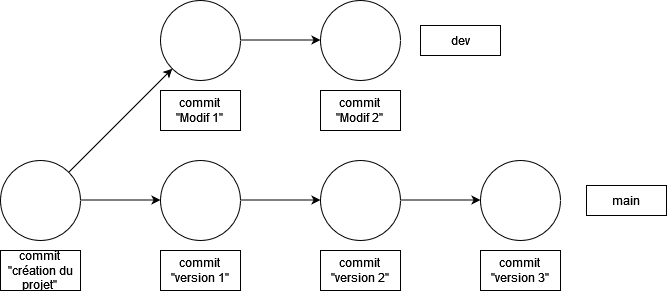
julienchamelot/MonPremierProjet keeps this draw.io diagram as images/git-branch.png. Above is the earlier version. Source tidied: cells renumbered, new cells last; positions are measured from the earlier drawing's top-left corner, leaving out a move shared by most shapes. Its diagram source:
```xml
<mxGraphModel>
  <root>
    <mxCell id="0" />
    <mxCell id="1" parent="0" />
    <mxCell id="2" style="ellipse;whiteSpace=wrap;html=1;" parent="1" vertex="1">
      <mxGeometry y="160" width="80" height="80" as="geometry" />
    </mxCell>
    <mxCell id="3" style="endArrow=classic;html=1;rounded=0;" parent="1" edge="1">
      <mxGeometry relative="1" as="geometry">
        <mxPoint x="80" y="199.5" as="sourcePoint" />
        <mxPoint x="160" y="199.5" as="targetPoint" />
      </mxGeometry>
    </mxCell>
    <mxCell id="4" value="&lt;div&gt;commit &lt;br&gt;&lt;/div&gt;&lt;div&gt;&quot;création du projet&quot;&lt;br&gt;&lt;/div&gt;" style="rounded=0;whiteSpace=wrap;html=1;" parent="1" vertex="1">
      <mxGeometry y="250" width="80" height="40" as="geometry" />
    </mxCell>
    <mxCell id="5" style="ellipse;whiteSpace=wrap;html=1;" parent="1" vertex="1">
      <mxGeometry x="160" y="160" width="80" height="80" as="geometry" />
    </mxCell>
    <mxCell id="6" value="&lt;div&gt;commit &lt;br&gt;&lt;/div&gt;&lt;div&gt;&quot;version 1&quot;&lt;br&gt;&lt;/div&gt;" style="rounded=0;whiteSpace=wrap;html=1;" parent="1" vertex="1">
      <mxGeometry x="160" y="250" width="80" height="40" as="geometry" />
    </mxCell>
    <mxCell id="7" style="endArrow=classic;html=1;rounded=0;" parent="1" edge="1">
      <mxGeometry relative="1" as="geometry">
        <mxPoint x="240" y="199.5" as="sourcePoint" />
        <mxPoint x="320" y="199.5" as="targetPoint" />
      </mxGeometry>
    </mxCell>
    <mxCell id="8" style="ellipse;whiteSpace=wrap;html=1;" parent="1" vertex="1">
      <mxGeometry x="320" y="160" width="80" height="80" as="geometry" />
    </mxCell>
    <mxCell id="9" value="&lt;div&gt;commit &lt;br&gt;&lt;/div&gt;&lt;div&gt;&quot;version 2&quot;&lt;br&gt;&lt;/div&gt;" style="rounded=0;whiteSpace=wrap;html=1;" parent="1" vertex="1">
      <mxGeometry x="320" y="250" width="80" height="40" as="geometry" />
    </mxCell>
    <mxCell id="10" style="endArrow=classic;html=1;rounded=0;" parent="1" edge="1">
      <mxGeometry relative="1" as="geometry">
        <mxPoint x="400" y="199.5" as="sourcePoint" />
        <mxPoint x="480" y="199.5" as="targetPoint" />
      </mxGeometry>
    </mxCell>
    <mxCell id="11" style="ellipse;whiteSpace=wrap;html=1;" parent="1" vertex="1">
      <mxGeometry x="480" y="160" width="80" height="80" as="geometry" />
    </mxCell>
    <mxCell id="12" value="&lt;div&gt;commit &lt;br&gt;&lt;/div&gt;&lt;div&gt;&quot;version 3&quot;&lt;br&gt;&lt;/div&gt;" style="rounded=0;whiteSpace=wrap;html=1;" parent="1" vertex="1">
      <mxGeometry x="480" y="250" width="80" height="40" as="geometry" />
    </mxCell>
    <mxCell id="13" style="ellipse;whiteSpace=wrap;html=1;" parent="1" vertex="1">
      <mxGeometry x="160" width="80" height="80" as="geometry" />
    </mxCell>
    <mxCell id="14" value="&lt;div&gt;commit &lt;br&gt;&lt;/div&gt;&lt;div&gt;&quot;Modif 1&quot;&lt;br&gt;&lt;/div&gt;" style="rounded=0;whiteSpace=wrap;html=1;" parent="1" vertex="1">
      <mxGeometry x="160" y="90" width="80" height="40" as="geometry" />
    </mxCell>
    <mxCell id="15" style="endArrow=classic;html=1;rounded=0;" parent="1" edge="1">
      <mxGeometry relative="1" as="geometry">
        <mxPoint x="240" y="39.5" as="sourcePoint" />
        <mxPoint x="320" y="39.5" as="targetPoint" />
      </mxGeometry>
    </mxCell>
    <mxCell id="16" style="ellipse;whiteSpace=wrap;html=1;" parent="1" vertex="1">
      <mxGeometry x="320" width="80" height="80" as="geometry" />
    </mxCell>
    <mxCell id="17" value="&lt;div&gt;commit &lt;br&gt;&lt;/div&gt;&lt;div&gt;&quot;Modif 2&quot;&lt;br&gt;&lt;/div&gt;" style="rounded=0;whiteSpace=wrap;html=1;" parent="1" vertex="1">
      <mxGeometry x="320" y="90" width="80" height="40" as="geometry" />
    </mxCell>
    <mxCell id="18" style="endArrow=classic;html=1;rounded=0;exitX=1;exitY=0;exitDx=0;exitDy=0;" parent="1" edge="1" target="13">
      <mxGeometry relative="1" as="geometry">
        <mxPoint x="68.3" y="171.7" as="sourcePoint" />
      </mxGeometry>
    </mxCell>
    <mxCell id="19" value="main" style="rounded=0;whiteSpace=wrap;html=1;" parent="1" vertex="1">
      <mxGeometry x="586" y="185" width="80" height="30" as="geometry" />
    </mxCell>
    <mxCell id="20" value="dev" style="rounded=0;whiteSpace=wrap;html=1;" parent="1" vertex="1">
      <mxGeometry x="420" y="25" width="80" height="30" as="geometry" />
    </mxCell>
  </root>
</mxGraphModel>
```
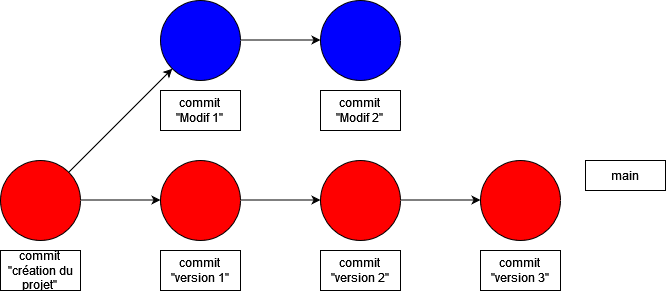
The same file after the commit.

Diff of the diagram source:
```diff
@@ -2,7 +2,7 @@
   <root>
     <mxCell id="0" />
     <mxCell id="1" parent="0" />
-    <mxCell id="2" style="ellipse;whiteSpace=wrap;html=1;" parent="1" vertex="1">
+    <mxCell id="2" style="ellipse;whiteSpace=wrap;html=1;fillColor=#ff0000;" parent="1" vertex="1">
       <mxGeometry y="160" width="80" height="80" as="geometry" />
     </mxCell>
     <mxCell id="3" style="endArrow=classic;html=1;rounded=0;" parent="1" edge="1">
@@ -14,7 +14,7 @@
     <mxCell id="4" value="&lt;div&gt;commit &lt;br&gt;&lt;/div&gt;&lt;div&gt;&quot;création du projet&quot;&lt;br&gt;&lt;/div&gt;" style="rounded=0;whiteSpace=wrap;html=1;" parent="1" vertex="1">
       <mxGeometry y="250" width="80" height="40" as="geometry" />
     </mxCell>
-    <mxCell id="5" style="ellipse;whiteSpace=wrap;html=1;" parent="1" vertex="1">
+    <mxCell id="5" style="ellipse;whiteSpace=wrap;html=1;fillColor=#ff0000;" parent="1" vertex="1">
       <mxGeometry x="160" y="160" width="80" height="80" as="geometry" />
     </mxCell>
     <mxCell id="6" value="&lt;div&gt;commit &lt;br&gt;&lt;/div&gt;&lt;div&gt;&quot;version 1&quot;&lt;br&gt;&lt;/div&gt;" style="rounded=0;whiteSpace=wrap;html=1;" parent="1" vertex="1">
@@ -26,7 +26,7 @@
         <mxPoint x="320" y="199.5" as="targetPoint" />
       </mxGeometry>
     </mxCell>
-    <mxCell id="8" style="ellipse;whiteSpace=wrap;html=1;" parent="1" vertex="1">
+    <mxCell id="8" style="ellipse;whiteSpace=wrap;html=1;fillColor=#ff0000;" parent="1" vertex="1">
       <mxGeometry x="320" y="160" width="80" height="80" as="geometry" />
     </mxCell>
     <mxCell id="9" value="&lt;div&gt;commit &lt;br&gt;&lt;/div&gt;&lt;div&gt;&quot;version 2&quot;&lt;br&gt;&lt;/div&gt;" style="rounded=0;whiteSpace=wrap;html=1;" parent="1" vertex="1">
@@ -38,13 +38,13 @@
         <mxPoint x="480" y="199.5" as="targetPoint" />
       </mxGeometry>
     </mxCell>
-    <mxCell id="11" style="ellipse;whiteSpace=wrap;html=1;" parent="1" vertex="1">
+    <mxCell id="11" style="ellipse;whiteSpace=wrap;html=1;fillColor=#ff0000;" parent="1" vertex="1">
       <mxGeometry x="480" y="160" width="80" height="80" as="geometry" />
     </mxCell>
     <mxCell id="12" value="&lt;div&gt;commit &lt;br&gt;&lt;/div&gt;&lt;div&gt;&quot;version 3&quot;&lt;br&gt;&lt;/div&gt;" style="rounded=0;whiteSpace=wrap;html=1;" parent="1" vertex="1">
       <mxGeometry x="480" y="250" width="80" height="40" as="geometry" />
     </mxCell>
-    <mxCell id="13" style="ellipse;whiteSpace=wrap;html=1;" parent="1" vertex="1">
+    <mxCell id="13" style="ellipse;whiteSpace=wrap;html=1;fillColor=#0000ff;" parent="1" vertex="1">
       <mxGeometry x="160" width="80" height="80" as="geometry" />
     </mxCell>
     <mxCell id="14" value="&lt;div&gt;commit &lt;br&gt;&lt;/div&gt;&lt;div&gt;&quot;Modif 1&quot;&lt;br&gt;&lt;/div&gt;" style="rounded=0;whiteSpace=wrap;html=1;" parent="1" vertex="1">
@@ -56,7 +56,7 @@
         <mxPoint x="320" y="39.5" as="targetPoint" />
       </mxGeometry>
     </mxCell>
-    <mxCell id="16" style="ellipse;whiteSpace=wrap;html=1;" parent="1" vertex="1">
+    <mxCell id="16" style="ellipse;whiteSpace=wrap;html=1;fillColor=#0000ff;" parent="1" vertex="1">
       <mxGeometry x="320" width="80" height="80" as="geometry" />
     </mxCell>
     <mxCell id="17" value="&lt;div&gt;commit &lt;br&gt;&lt;/div&gt;&lt;div&gt;&quot;Modif 2&quot;&lt;br&gt;&lt;/div&gt;" style="rounded=0;whiteSpace=wrap;html=1;" parent="1" vertex="1">
@@ -68,10 +68,7 @@
       </mxGeometry>
     </mxCell>
     <mxCell id="19" value="main" style="rounded=0;whiteSpace=wrap;html=1;" parent="1" vertex="1">
-      <mxGeometry x="586" y="185" width="80" height="30" as="geometry" />
+      <mxGeometry x="585" y="160" width="80" height="30" as="geometry" />
     </mxCell>
-    <mxCell id="20" value="dev" style="rounded=0;whiteSpace=wrap;html=1;" parent="1" vertex="1">
-      <mxGeometry x="420" y="25" width="80" height="30" as="geometry" />
-    </mxCell>
   </root>
 </mxGraphModel>
```
